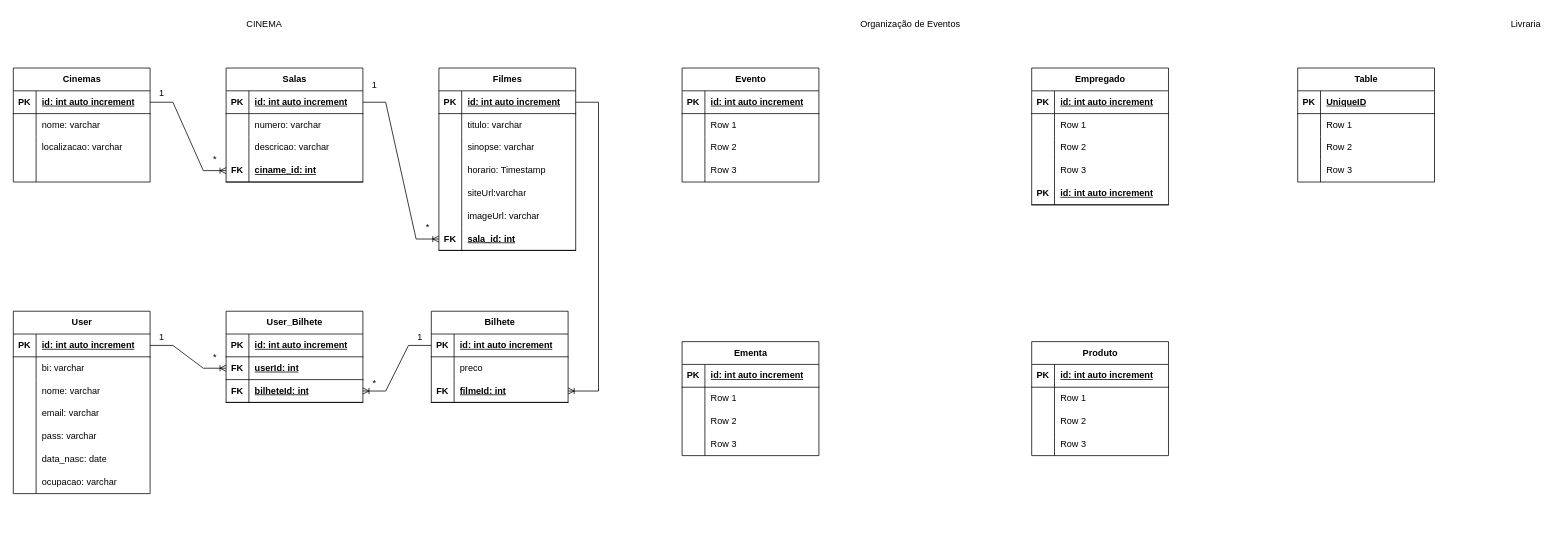
Before: Olivia-Gemima-Jorge.drawio in toydala99/DevariaBD, a draw.io diagram. Source tidied: cells renumbered, new cells numbered last; positions are measured from the earlier drawing's top-left corner, leaving out a move shared by most shapes. Both pictures are drawn from the tidied source at 76%, with x=0, y=0 at pixel (13, 13).
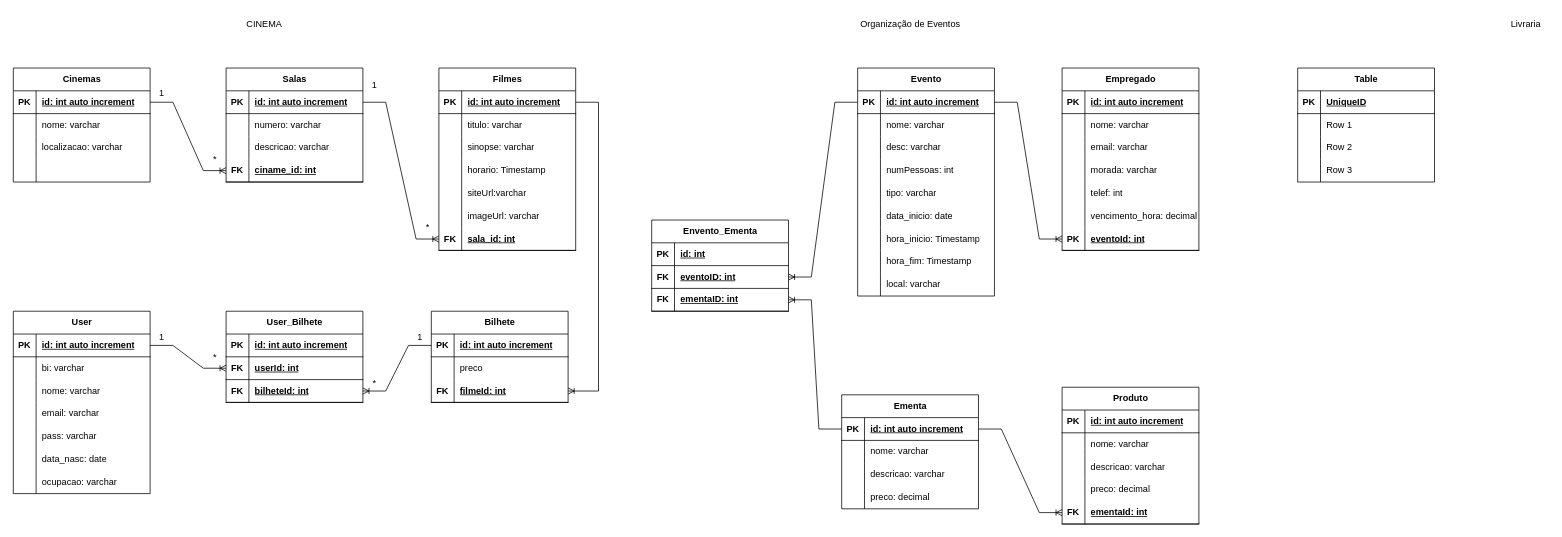
The same page after the edit.

The change refers to these unchanged cells:
```xml
<mxCell id="107" style="shape=tableRow;horizontal=0;startSize=0;swimlaneHead=0;swimlaneBody=0;fillColor=none;points=[[0,0.5],[1,0.5]];portConstraint=eastwest;top=0;left=0;right=0;bottom=1;" parent="106" vertex="1">
  <mxGeometry y="30" width="180" height="30" as="geometry" />
</mxCell>
<mxCell id="110" style="shape=tableRow;horizontal=0;startSize=0;swimlaneHead=0;swimlaneBody=0;fillColor=none;top=0;left=0;right=0;bottom=0;" parent="106" vertex="1">
  <mxGeometry y="60" width="180" height="30" as="geometry" />
</mxCell>
<mxCell id="113" style="shape=tableRow;horizontal=0;startSize=0;swimlaneHead=0;swimlaneBody=0;fillColor=none;top=0;left=0;right=0;bottom=0;" parent="106" vertex="1">
  <mxGeometry y="90" width="180" height="30" as="geometry" />
</mxCell>
<mxCell id="116" style="shape=tableRow;horizontal=0;startSize=0;swimlaneHead=0;swimlaneBody=0;fillColor=none;top=0;left=0;right=0;bottom=0;" parent="106" vertex="1">
  <mxGeometry y="120" width="180" height="30" as="geometry" />
</mxCell>
<mxCell id="124" style="shape=tableRow;horizontal=0;startSize=0;swimlaneHead=0;swimlaneBody=0;fillColor=none;top=0;left=0;right=0;bottom=0;" parent="120" vertex="1">
  <mxGeometry y="60" width="180" height="30" as="geometry" />
</mxCell>
<mxCell id="127" style="shape=tableRow;horizontal=0;startSize=0;swimlaneHead=0;swimlaneBody=0;fillColor=none;top=0;left=0;right=0;bottom=0;" parent="120" vertex="1">
  <mxGeometry y="90" width="180" height="30" as="geometry" />
</mxCell>
<mxCell id="130" style="shape=tableRow;horizontal=0;startSize=0;swimlaneHead=0;swimlaneBody=0;fillColor=none;top=0;left=0;right=0;bottom=0;" parent="120" vertex="1">
  <mxGeometry y="120" width="180" height="30" as="geometry" />
</mxCell>
<mxCell id="137" style="shape=tableRow;horizontal=0;startSize=0;swimlaneHead=0;swimlaneBody=0;fillColor=none;top=0;left=0;right=0;bottom=0;" parent="133" vertex="1">
  <mxGeometry y="60" width="180" height="30" as="geometry" />
</mxCell>
<mxCell id="140" style="shape=tableRow;horizontal=0;startSize=0;swimlaneHead=0;swimlaneBody=0;fillColor=none;top=0;left=0;right=0;bottom=0;" parent="133" vertex="1">
  <mxGeometry y="90" width="180" height="30" as="geometry" />
</mxCell>
<mxCell id="150" style="shape=tableRow;horizontal=0;startSize=0;swimlaneHead=0;swimlaneBody=0;fillColor=none;points=[[0,0.5],[1,0.5]];portConstraint=eastwest;top=0;left=0;right=0;bottom=1;" parent="149" vertex="1">
  <mxGeometry y="30" width="180" height="30" as="geometry" />
</mxCell>
<mxCell id="153" style="shape=tableRow;horizontal=0;startSize=0;swimlaneHead=0;swimlaneBody=0;fillColor=none;top=0;left=0;right=0;bottom=0;" parent="149" vertex="1">
  <mxGeometry y="60" width="180" height="30" as="geometry" />
</mxCell>
<mxCell id="156" style="shape=tableRow;horizontal=0;startSize=0;swimlaneHead=0;swimlaneBody=0;fillColor=none;top=0;left=0;right=0;bottom=0;" parent="149" vertex="1">
  <mxGeometry y="90" width="180" height="30" as="geometry" />
</mxCell>
<mxCell id="159" style="shape=tableRow;horizontal=0;startSize=0;swimlaneHead=0;swimlaneBody=0;fillColor=none;top=0;left=0;right=0;bottom=0;" parent="149" vertex="1">
  <mxGeometry y="120" width="180" height="30" as="geometry" />
</mxCell>
```

What changed in the source:
```diff
@@
     <mxCell id="106" value="Evento" style="shape=table;startSize=30;childLayout=tableLayout;rowLines=0;fontStyle=1;align=center;html=1;" parent="1" vertex="1">
-      <mxGeometry x="880" y="72" width="180" height="150" as="geometry" />
+      <mxGeometry x="1111" y="72" width="180" height="300" as="geometry" />
     </mxCell>
@@
-    <mxCell id="112" value="Row 1" style="shape=partialRectangle;fillColor=none;top=0;left=0;bottom=0;right=0;align=left;spacingLeft=6;overflow=hidden;whiteSpace=wrap;html=1;" parent="110" vertex="1">
+    <mxCell id="112" value="nome: varchar" style="shape=partialRectangle;fillColor=none;top=0;left=0;bottom=0;right=0;align=left;spacingLeft=6;overflow=hidden;whiteSpace=wrap;html=1;" parent="110" vertex="1">
       <mxGeometry x="30" width="150" height="30" as="geometry" />
     </mxCell>
@@
-    <mxCell id="115" value="Row 2" style="shape=partialRectangle;fillColor=none;top=0;left=0;bottom=0;right=0;align=left;spacingLeft=6;overflow=hidden;whiteSpace=wrap;html=1;" parent="113" vertex="1">
+    <mxCell id="115" value="desc: varchar" style="shape=partialRectangle;fillColor=none;top=0;left=0;bottom=0;right=0;align=left;spacingLeft=6;overflow=hidden;whiteSpace=wrap;html=1;" parent="113" vertex="1">
       <mxGeometry x="30" width="150" height="30" as="geometry" />
     </mxCell>
@@
-    <mxCell id="118" value="Row 3" style="shape=partialRectangle;fillColor=none;top=0;left=0;bottom=0;right=0;align=left;spacingLeft=6;overflow=hidden;whiteSpace=wrap;html=1;" parent="116" vertex="1">
+    <mxCell id="118" value="numPessoas: int" style="shape=partialRectangle;fillColor=none;top=0;left=0;bottom=0;right=0;align=left;spacingLeft=6;overflow=hidden;whiteSpace=wrap;html=1;" parent="116" vertex="1">
       <mxGeometry x="30" width="150" height="30" as="geometry" />
     </mxCell>
+    <mxCell id="176" style="shape=tableRow;horizontal=0;startSize=0;swimlaneHead=0;swimlaneBody=0;fillColor=none;top=0;left=0;right=0;bottom=0;" parent="106" vertex="1">
+      <mxGeometry y="150" width="180" height="30" as="geometry" />
+    </mxCell>
+    <mxCell id="177" style="shape=partialRectangle;fillColor=none;top=0;left=0;bottom=0;right=0;overflow=hidden;whiteSpace=wrap;html=1;" parent="176" vertex="1">
+      <mxGeometry width="30" height="30" as="geometry" />
+    </mxCell>
+    <mxCell id="178" value="tipo: varchar" style="shape=partialRectangle;fillColor=none;top=0;left=0;bottom=0;right=0;align=left;spacingLeft=6;overflow=hidden;whiteSpace=wrap;html=1;" parent="176" vertex="1">
+      <mxGeometry x="30" width="150" height="30" as="geometry" />
+    </mxCell>
+    <mxCell id="179" style="shape=tableRow;horizontal=0;startSize=0;swimlaneHead=0;swimlaneBody=0;fillColor=none;top=0;left=0;right=0;bottom=0;" parent="106" vertex="1">
+      <mxGeometry y="180" width="180" height="30" as="geometry" />
+    </mxCell>
+    <mxCell id="180" style="shape=partialRectangle;fillColor=none;top=0;left=0;bottom=0;right=0;overflow=hidden;whiteSpace=wrap;html=1;" parent="179" vertex="1">
+      <mxGeometry width="30" height="30" as="geometry" />
+    </mxCell>
+    <mxCell id="181" value="data_inicio: date" style="shape=partialRectangle;fillColor=none;top=0;left=0;bottom=0;right=0;align=left;spacingLeft=6;overflow=hidden;whiteSpace=wrap;html=1;" parent="179" vertex="1">
+      <mxGeometry x="30" width="150" height="30" as="geometry" />
+    </mxCell>
+    <mxCell id="182" style="shape=tableRow;horizontal=0;startSize=0;swimlaneHead=0;swimlaneBody=0;fillColor=none;top=0;left=0;right=0;bottom=0;" parent="106" vertex="1">
+      <mxGeometry y="210" width="180" height="30" as="geometry" />
+    </mxCell>
+    <mxCell id="183" style="shape=partialRectangle;fillColor=none;top=0;left=0;bottom=0;right=0;overflow=hidden;whiteSpace=wrap;html=1;" parent="182" vertex="1">
+      <mxGeometry width="30" height="30" as="geometry" />
+    </mxCell>
+    <mxCell id="184" value="hora_inicio: Timestamp" style="shape=partialRectangle;fillColor=none;top=0;left=0;bottom=0;right=0;align=left;spacingLeft=6;overflow=hidden;whiteSpace=wrap;html=1;" parent="182" vertex="1">
+      <mxGeometry x="30" width="150" height="30" as="geometry" />
+    </mxCell>
+    <mxCell id="185" style="shape=tableRow;horizontal=0;startSize=0;swimlaneHead=0;swimlaneBody=0;fillColor=none;top=0;left=0;right=0;bottom=0;" parent="106" vertex="1">
+      <mxGeometry y="240" width="180" height="30" as="geometry" />
+    </mxCell>
+    <mxCell id="186" style="shape=partialRectangle;fillColor=none;top=0;left=0;bottom=0;right=0;overflow=hidden;whiteSpace=wrap;html=1;" parent="185" vertex="1">
+      <mxGeometry width="30" height="30" as="geometry" />
+    </mxCell>
+    <mxCell id="187" value="hora_fim: Timestamp" style="shape=partialRectangle;fillColor=none;top=0;left=0;bottom=0;right=0;align=left;spacingLeft=6;overflow=hidden;whiteSpace=wrap;html=1;" parent="185" vertex="1">
+      <mxGeometry x="30" width="150" height="30" as="geometry" />
+    </mxCell>
+    <mxCell id="188" style="shape=tableRow;horizontal=0;startSize=0;swimlaneHead=0;swimlaneBody=0;fillColor=none;top=0;left=0;right=0;bottom=0;" parent="106" vertex="1">
+      <mxGeometry y="270" width="180" height="30" as="geometry" />
+    </mxCell>
+    <mxCell id="189" style="shape=partialRectangle;fillColor=none;top=0;left=0;bottom=0;right=0;overflow=hidden;whiteSpace=wrap;html=1;" parent="188" vertex="1">
+      <mxGeometry width="30" height="30" as="geometry" />
+    </mxCell>
+    <mxCell id="190" value="local: varchar" style="shape=partialRectangle;fillColor=none;top=0;left=0;bottom=0;right=0;align=left;spacingLeft=6;overflow=hidden;whiteSpace=wrap;html=1;" parent="188" vertex="1">
+      <mxGeometry x="30" width="150" height="30" as="geometry" />
+    </mxCell>
@@
     <mxCell id="120" value="Produto" style="shape=table;startSize=30;childLayout=tableLayout;rowLines=0;fontStyle=1;align=center;html=1;" parent="1" vertex="1">
-      <mxGeometry x="1340" y="432" width="180" height="150" as="geometry" />
+      <mxGeometry x="1380" y="492" width="180" height="180" as="geometry" />
     </mxCell>
@@
-    <mxCell id="126" value="Row 1" style="shape=partialRectangle;fillColor=none;top=0;left=0;bottom=0;right=0;align=left;spacingLeft=6;overflow=hidden;whiteSpace=wrap;html=1;" parent="124" vertex="1">
+    <mxCell id="126" value="nome: varchar" style="shape=partialRectangle;fillColor=none;top=0;left=0;bottom=0;right=0;align=left;spacingLeft=6;overflow=hidden;whiteSpace=wrap;html=1;" parent="124" vertex="1">
       <mxGeometry x="30" width="150" height="30" as="geometry" />
     </mxCell>
@@
-    <mxCell id="129" value="Row 2" style="shape=partialRectangle;fillColor=none;top=0;left=0;bottom=0;right=0;align=left;spacingLeft=6;overflow=hidden;whiteSpace=wrap;html=1;" parent="127" vertex="1">
+    <mxCell id="129" value="descricao: varchar" style="shape=partialRectangle;fillColor=none;top=0;left=0;bottom=0;right=0;align=left;spacingLeft=6;overflow=hidden;whiteSpace=wrap;html=1;" parent="127" vertex="1">
       <mxGeometry x="30" width="150" height="30" as="geometry" />
     </mxCell>
@@
-    <mxCell id="132" value="Row 3" style="shape=partialRectangle;fillColor=none;top=0;left=0;bottom=0;right=0;align=left;spacingLeft=6;overflow=hidden;whiteSpace=wrap;html=1;" parent="130" vertex="1">
+    <mxCell id="132" value="preco: decimal" style="shape=partialRectangle;fillColor=none;top=0;left=0;bottom=0;right=0;align=left;spacingLeft=6;overflow=hidden;whiteSpace=wrap;html=1;" parent="130" vertex="1">
       <mxGeometry x="30" width="150" height="30" as="geometry" />
     </mxCell>
+    <mxCell id="191" style="shape=tableRow;horizontal=0;startSize=0;swimlaneHead=0;swimlaneBody=0;fillColor=none;points=[[0,0.5],[1,0.5]];portConstraint=eastwest;top=0;left=0;right=0;bottom=1;" parent="120" vertex="1">
+      <mxGeometry y="150" width="180" height="30" as="geometry" />
+    </mxCell>
+    <mxCell id="192" value="FK" style="shape=partialRectangle;fillColor=none;top=0;left=0;bottom=0;right=0;fontStyle=1;overflow=hidden;whiteSpace=wrap;html=1;" parent="191" vertex="1">
+      <mxGeometry width="30" height="30" as="geometry" />
+    </mxCell>
+    <mxCell id="193" value="ementaId: int" style="shape=partialRectangle;fillColor=none;top=0;left=0;bottom=0;right=0;align=left;spacingLeft=6;fontStyle=5;overflow=hidden;whiteSpace=wrap;html=1;" parent="191" vertex="1">
+      <mxGeometry x="30" width="150" height="30" as="geometry" />
+    </mxCell>
     <mxCell id="133" value="Empregado" style="shape=table;startSize=30;childLayout=tableLayout;rowLines=0;fontStyle=1;align=center;html=1;" parent="1" vertex="1">
-      <mxGeometry x="1340" y="72" width="180" height="180" as="geometry" />
+      <mxGeometry x="1380" y="72" width="180" height="240" as="geometry" />
     </mxCell>
@@
-    <mxCell id="139" value="Row 1" style="shape=partialRectangle;fillColor=none;top=0;left=0;bottom=0;right=0;align=left;spacingLeft=6;overflow=hidden;whiteSpace=wrap;html=1;" parent="137" vertex="1">
+    <mxCell id="139" value="nome: varchar" style="shape=partialRectangle;fillColor=none;top=0;left=0;bottom=0;right=0;align=left;spacingLeft=6;overflow=hidden;whiteSpace=wrap;html=1;" parent="137" vertex="1">
       <mxGeometry x="30" width="150" height="30" as="geometry" />
     </mxCell>
@@
-    <mxCell id="142" value="Row 2" style="shape=partialRectangle;fillColor=none;top=0;left=0;bottom=0;right=0;align=left;spacingLeft=6;overflow=hidden;whiteSpace=wrap;html=1;" parent="140" vertex="1">
+    <mxCell id="142" value="email: varchar" style="shape=partialRectangle;fillColor=none;top=0;left=0;bottom=0;right=0;align=left;spacingLeft=6;overflow=hidden;whiteSpace=wrap;html=1;" parent="140" vertex="1">
       <mxGeometry x="30" width="150" height="30" as="geometry" />
     </mxCell>
+    <mxCell id="194" style="shape=tableRow;horizontal=0;startSize=0;swimlaneHead=0;swimlaneBody=0;fillColor=none;top=0;left=0;right=0;bottom=0;" parent="133" vertex="1">
+      <mxGeometry y="120" width="180" height="30" as="geometry" />
+    </mxCell>
+    <mxCell id="195" style="shape=partialRectangle;fillColor=none;top=0;left=0;bottom=0;right=0;overflow=hidden;whiteSpace=wrap;html=1;" parent="194" vertex="1">
+      <mxGeometry width="30" height="30" as="geometry" />
+    </mxCell>
+    <mxCell id="196" value="morada: varchar" style="shape=partialRectangle;fillColor=none;top=0;left=0;bottom=0;right=0;align=left;spacingLeft=6;overflow=hidden;whiteSpace=wrap;html=1;" parent="194" vertex="1">
+      <mxGeometry x="30" width="150" height="30" as="geometry" />
+    </mxCell>
     <mxCell id="143" style="shape=tableRow;horizontal=0;startSize=0;swimlaneHead=0;swimlaneBody=0;fillColor=none;top=0;left=0;right=0;bottom=0;" parent="133" vertex="1">
-      <mxGeometry y="120" width="180" height="30" as="geometry" />
+      <mxGeometry y="150" width="180" height="30" as="geometry" />
     </mxCell>
@@
-    <mxCell id="145" value="Row 3" style="shape=partialRectangle;fillColor=none;top=0;left=0;bottom=0;right=0;align=left;spacingLeft=6;overflow=hidden;whiteSpace=wrap;html=1;" parent="143" vertex="1">
+    <mxCell id="145" value="telef: int" style="shape=partialRectangle;fillColor=none;top=0;left=0;bottom=0;right=0;align=left;spacingLeft=6;overflow=hidden;whiteSpace=wrap;html=1;" parent="143" vertex="1">
       <mxGeometry x="30" width="150" height="30" as="geometry" />
     </mxCell>
+    <mxCell id="197" style="shape=tableRow;horizontal=0;startSize=0;swimlaneHead=0;swimlaneBody=0;fillColor=none;top=0;left=0;right=0;bottom=0;" parent="133" vertex="1">
+      <mxGeometry y="180" width="180" height="30" as="geometry" />
+    </mxCell>
+    <mxCell id="198" style="shape=partialRectangle;fillColor=none;top=0;left=0;bottom=0;right=0;overflow=hidden;whiteSpace=wrap;html=1;" parent="197" vertex="1">
+      <mxGeometry width="30" height="30" as="geometry" />
+    </mxCell>
+    <mxCell id="199" value="vencimento_hora: decimal" style="shape=partialRectangle;fillColor=none;top=0;left=0;bottom=0;right=0;align=left;spacingLeft=6;overflow=hidden;whiteSpace=wrap;html=1;" parent="197" vertex="1">
+      <mxGeometry x="30" width="150" height="30" as="geometry" />
+    </mxCell>
     <mxCell id="146" style="shape=tableRow;horizontal=0;startSize=0;swimlaneHead=0;swimlaneBody=0;fillColor=none;points=[[0,0.5],[1,0.5]];portConstraint=eastwest;top=0;left=0;right=0;bottom=1;" parent="133" vertex="1">
-      <mxGeometry y="150" width="180" height="30" as="geometry" />
+      <mxGeometry y="210" width="180" height="30" as="geometry" />
     </mxCell>
@@
-    <mxCell id="148" value="id: int auto increment" style="shape=partialRectangle;fillColor=none;top=0;left=0;bottom=0;right=0;align=left;spacingLeft=6;fontStyle=5;overflow=hidden;whiteSpace=wrap;html=1;" parent="146" vertex="1">
+    <mxCell id="148" value="eventoId: int" style="shape=partialRectangle;fillColor=none;top=0;left=0;bottom=0;right=0;align=left;spacingLeft=6;fontStyle=5;overflow=hidden;whiteSpace=wrap;html=1;" parent="146" vertex="1">
       <mxGeometry x="30" width="150" height="30" as="geometry" />
     </mxCell>
     <mxCell id="149" value="Ementa" style="shape=table;startSize=30;childLayout=tableLayout;rowLines=0;fontStyle=1;align=center;html=1;" parent="1" vertex="1">
-      <mxGeometry x="880" y="432" width="180" height="150" as="geometry" />
+      <mxGeometry x="1090" y="502" width="180" height="150" as="geometry" />
     </mxCell>
@@
-    <mxCell id="155" value="Row 1" style="shape=partialRectangle;fillColor=none;top=0;left=0;bottom=0;right=0;align=left;spacingLeft=6;overflow=hidden;whiteSpace=wrap;html=1;" parent="153" vertex="1">
+    <mxCell id="155" value="nome: varchar" style="shape=partialRectangle;fillColor=none;top=0;left=0;bottom=0;right=0;align=left;spacingLeft=6;overflow=hidden;whiteSpace=wrap;html=1;" parent="153" vertex="1">
       <mxGeometry x="30" width="150" height="30" as="geometry" />
     </mxCell>
@@
-    <mxCell id="158" value="Row 2" style="shape=partialRectangle;fillColor=none;top=0;left=0;bottom=0;right=0;align=left;spacingLeft=6;overflow=hidden;whiteSpace=wrap;html=1;" parent="156" vertex="1">
+    <mxCell id="158" value="descricao: varchar" style="shape=partialRectangle;fillColor=none;top=0;left=0;bottom=0;right=0;align=left;spacingLeft=6;overflow=hidden;whiteSpace=wrap;html=1;" parent="156" vertex="1">
       <mxGeometry x="30" width="150" height="30" as="geometry" />
     </mxCell>
@@
-    <mxCell id="161" value="Row 3" style="shape=partialRectangle;fillColor=none;top=0;left=0;bottom=0;right=0;align=left;spacingLeft=6;overflow=hidden;whiteSpace=wrap;html=1;" parent="159" vertex="1">
+    <mxCell id="161" value="preco: decimal" style="shape=partialRectangle;fillColor=none;top=0;left=0;bottom=0;right=0;align=left;spacingLeft=6;overflow=hidden;whiteSpace=wrap;html=1;" parent="159" vertex="1">
       <mxGeometry x="30" width="150" height="30" as="geometry" />
     </mxCell>
@@
+    <mxCell id="200" style="edgeStyle=entityRelationEdgeStyle;fontSize=12;html=1;endArrow=ERoneToMany;rounded=0;" parent="1" edge="1" source="107" target="146">
+      <mxGeometry relative="1" as="geometry" />
+    </mxCell>
+    <mxCell id="201" value="Envento_Ementa" style="shape=table;startSize=30;childLayout=tableLayout;rowLines=0;fontStyle=1;align=center;html=1;" parent="1" vertex="1">
+      <mxGeometry x="840" y="272" width="180" height="120" as="geometry" />
+    </mxCell>
+    <mxCell id="202" style="shape=tableRow;horizontal=0;startSize=0;swimlaneHead=0;swimlaneBody=0;fillColor=none;top=0;left=0;right=0;bottom=1;" parent="201" vertex="1">
+      <mxGeometry y="30" width="180" height="30" as="geometry" />
+    </mxCell>
+    <mxCell id="203" value="PK" style="shape=partialRectangle;fillColor=none;top=0;left=0;bottom=0;right=0;fontStyle=1;overflow=hidden;whiteSpace=wrap;html=1;" parent="202" vertex="1">
+      <mxGeometry width="30" height="30" as="geometry" />
+    </mxCell>
+    <mxCell id="204" value="id: int" style="shape=partialRectangle;fillColor=none;top=0;left=0;bottom=0;right=0;align=left;spacingLeft=6;fontStyle=5;overflow=hidden;whiteSpace=wrap;html=1;" parent="202" vertex="1">
+      <mxGeometry x="30" width="150" height="30" as="geometry" />
+    </mxCell>
+    <mxCell id="205" style="shape=tableRow;horizontal=0;startSize=0;swimlaneHead=0;swimlaneBody=0;fillColor=none;points=[[0,0.5],[1,0.5]];portConstraint=eastwest;top=0;left=0;right=0;bottom=1;" parent="201" vertex="1">
+      <mxGeometry y="60" width="180" height="30" as="geometry" />
+    </mxCell>
+    <mxCell id="206" value="FK" style="shape=partialRectangle;fillColor=none;top=0;left=0;bottom=0;right=0;fontStyle=1;overflow=hidden;whiteSpace=wrap;html=1;" parent="205" vertex="1">
+      <mxGeometry width="30" height="30" as="geometry" />
+    </mxCell>
+    <mxCell id="207" value="eventoID: int" style="shape=partialRectangle;fillColor=none;top=0;left=0;bottom=0;right=0;align=left;spacingLeft=6;fontStyle=5;overflow=hidden;whiteSpace=wrap;html=1;" parent="205" vertex="1">
+      <mxGeometry x="30" width="150" height="30" as="geometry" />
+    </mxCell>
+    <mxCell id="208" style="shape=tableRow;horizontal=0;startSize=0;swimlaneHead=0;swimlaneBody=0;fillColor=none;points=[[0,0.5],[1,0.5]];portConstraint=eastwest;top=0;left=0;right=0;bottom=1;" parent="201" vertex="1">
+      <mxGeometry y="90" width="180" height="30" as="geometry" />
+    </mxCell>
+    <mxCell id="209" value="FK" style="shape=partialRectangle;fillColor=none;top=0;left=0;bottom=0;right=0;fontStyle=1;overflow=hidden;whiteSpace=wrap;html=1;" parent="208" vertex="1">
+      <mxGeometry width="30" height="30" as="geometry" />
+    </mxCell>
+    <mxCell id="210" value="ementaID: int" style="shape=partialRectangle;fillColor=none;top=0;left=0;bottom=0;right=0;align=left;spacingLeft=6;fontStyle=5;overflow=hidden;whiteSpace=wrap;html=1;" parent="208" vertex="1">
+      <mxGeometry x="30" width="150" height="30" as="geometry" />
+    </mxCell>
+    <mxCell id="211" style="edgeStyle=entityRelationEdgeStyle;fontSize=12;html=1;endArrow=ERoneToMany;rounded=0;" parent="1" edge="1" source="107" target="205">
+      <mxGeometry relative="1" as="geometry" />
+    </mxCell>
+    <mxCell id="212" style="edgeStyle=entityRelationEdgeStyle;fontSize=12;html=1;endArrow=ERoneToMany;rounded=0;" parent="1" edge="1" source="150" target="208">
+      <mxGeometry relative="1" as="geometry" />
+    </mxCell>
+    <mxCell id="213" style="edgeStyle=entityRelationEdgeStyle;fontSize=12;html=1;endArrow=ERoneToMany;rounded=0;" parent="1" edge="1" source="150" target="191">
+      <mxGeometry relative="1" as="geometry" />
+    </mxCell>
```
